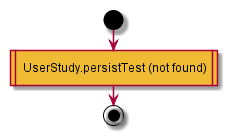
This is test2/diagrams/UserStudy.POST.persistTest.png from MaxXx1313/testwiki, a PlantUML export, as it was before one commit. The source it was exported from:
```plantuml
@startuml
start
#eebb33: UserStudy.persistTest (not found)|
end
@enduml
```
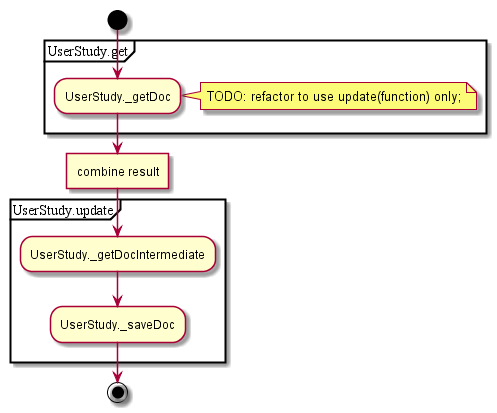
Later version of the same file.

What changed in the source:
```diff
@@ -1,5 +1,13 @@
 @startuml
 start
-#eebb33: UserStudy.persistTest (not found)|
+partition UserStudy.get {
+:UserStudy._getDoc;
+}
+note right: TODO: refactor to use update(function) only;
+:combine result]
+partition UserStudy.update {
+:UserStudy._getDocIntermediate;
+:UserStudy._saveDoc;
+}
 end
 @enduml
```
